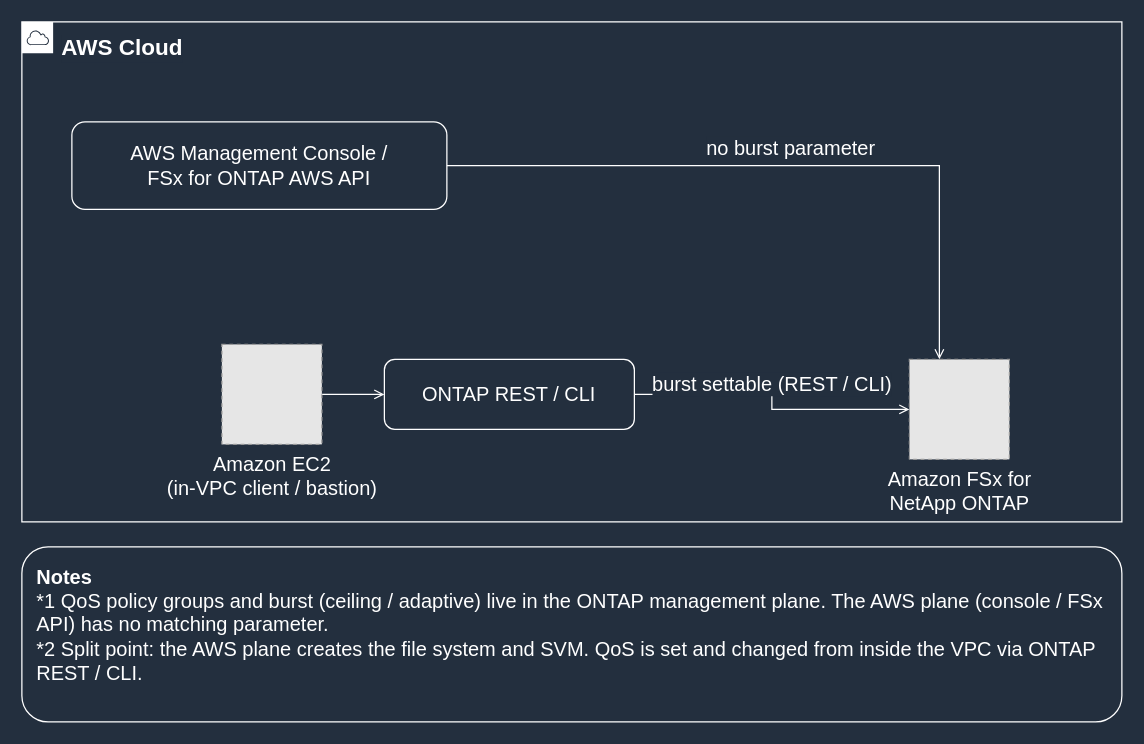
Earlier version of the draw.io diagram docs/_assets/diagrams/qos-burst-two-plane-en-dark.drawio (Yoshiki0705/FSx-for-ONTAP-Adoption-Playbook). Source tidied: cells renumbered, new cells numbered last; positions are measured from the earlier drawing's top-left corner, leaving out a move shared by most shapes. Both pictures are drawn from the tidied source at 125%, with x=0, y=0 at pixel (21, 21). Pictures stored in the file or linked from it are replaced by grey dashed boxes.
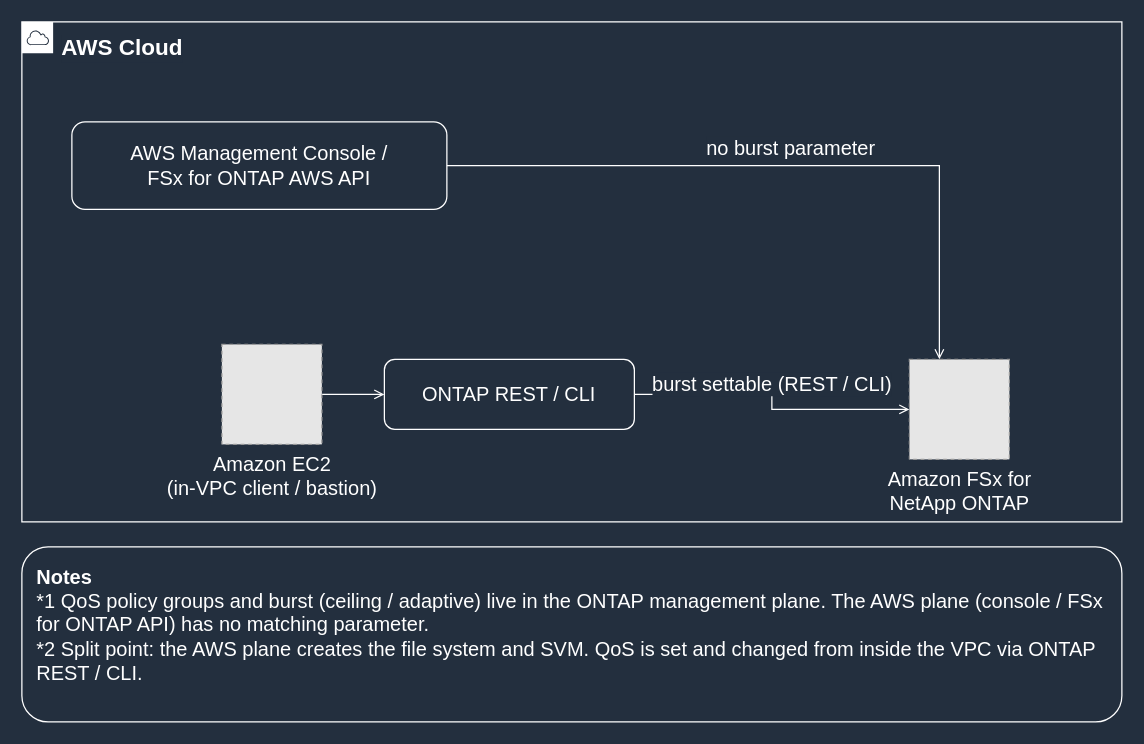
The same diagram, later.

Diff of the diagram source:
```diff
@@
 <mxGraphModel background="#232F3E">
   <root>
     <mxCell id="0" />
     <mxCell id="1" parent="0" />
     <mxCell id="2" value="no burst parameter" style="edgeStyle=orthogonalEdgeStyle;rounded=0;html=1;endArrow=open;endFill=0;strokeColor=#FFFFFF;strokeWidth=1;fontSize=16;fontColor=#FFFFFF;labelBackgroundColor=#232F3E;exitX=1.0;exitY=0.5;exitDx=0;exitDy=0;entryX=0.3;entryY=0.0;entryDx=0;entryDy=0;" parent="1" edge="1" source="6" target="9">
       <mxGeometry relative="1" as="geometry">
         <mxPoint y="-14" as="offset" />
       </mxGeometry>
     </mxCell>
     <mxCell id="3" style="edgeStyle=orthogonalEdgeStyle;rounded=0;html=1;endArrow=open;endFill=0;strokeColor=#FFFFFF;strokeWidth=1;fontSize=16;fontColor=#FFFFFF;labelBackgroundColor=#232F3E;exitX=1.0;exitY=0.5;exitDx=0;exitDy=0;entryX=0.0;entryY=0.5;entryDx=0;entryDy=0;" parent="1" edge="1" source="10" target="7">
       <mxGeometry relative="1" as="geometry" />
     </mxCell>
     <mxCell id="4" value="burst settable (REST / CLI)" style="edgeStyle=orthogonalEdgeStyle;rounded=0;html=1;endArrow=open;endFill=0;strokeColor=#FFFFFF;strokeWidth=1;fontSize=16;fontColor=#FFFFFF;labelBackgroundColor=#232F3E;exitX=1.0;exitY=0.5;exitDx=0;exitDy=0;entryX=0.0;entryY=0.5;entryDx=0;entryDy=0;" parent="1" edge="1" source="7" target="9">
       <mxGeometry relative="1" as="geometry">
         <mxPoint y="-14" as="offset" />
       </mxGeometry>
     </mxCell>
     <mxCell id="5" value="AWS Cloud" style="gradientColor=none;html=1;whiteSpace=wrap;fontSize=18;fontStyle=1;fontColor=#FFFFFF;shape=mxgraph.aws4.group;grIcon=mxgraph.aws4.group_aws_cloud;strokeColor=#FFFFFF;fillColor=none;verticalAlign=top;align=left;spacingLeft=30;spacingTop=4;dashed=0;labelBackgroundColor=#232F3E;" parent="1" vertex="1">
       <mxGeometry width="880" height="400" as="geometry" />
     </mxCell>
     <mxCell id="6" value="AWS Management Console /&lt;br&gt;FSx for ONTAP AWS API" style="rounded=1;whiteSpace=wrap;html=1;strokeColor=#FFFFFF;fillColor=none;fontColor=#FFFFFF;fontSize=16;verticalAlign=middle;align=center;" parent="1" vertex="1">
       <mxGeometry x="40" y="80" width="300" height="70" as="geometry" />
     </mxCell>
     <mxCell id="7" value="ONTAP REST / CLI" style="rounded=1;whiteSpace=wrap;html=1;strokeColor=#FFFFFF;fillColor=none;fontColor=#FFFFFF;fontSize=16;verticalAlign=middle;align=center;" parent="1" vertex="1">
       <mxGeometry x="290" y="270" width="200" height="56" as="geometry" />
     </mxCell>
-    <mxCell id="8" value="&lt;b&gt;Notes&lt;/b&gt;&lt;br&gt;*1 QoS policy groups and burst (ceiling / adaptive) live in the ONTAP management plane. The AWS plane (console / FSx API) has no matching parameter.&lt;br&gt;*2 Split point: the AWS plane creates the file system and SVM. QoS is set and changed from inside the VPC via ONTAP REST / CLI." style="rounded=1;whiteSpace=wrap;html=1;strokeColor=#FFFFFF;fillColor=none;fontColor=#FFFFFF;fontSize=16;verticalAlign=top;align=left;spacingLeft=10;spacingRight=10;spacingTop=8;" parent="1" vertex="1">
+    <mxCell id="8" value="&lt;b&gt;Notes&lt;/b&gt;&lt;br&gt;*1 QoS policy groups and burst (ceiling / adaptive) live in the ONTAP management plane. The AWS plane (console / FSx for ONTAP API) has no matching parameter.&lt;br&gt;*2 Split point: the AWS plane creates the file system and SVM. QoS is set and changed from inside the VPC via ONTAP REST / CLI." style="rounded=1;whiteSpace=wrap;html=1;strokeColor=#FFFFFF;fillColor=none;fontColor=#FFFFFF;fontSize=16;verticalAlign=top;align=left;spacingLeft=10;spacingRight=10;spacingTop=8;" parent="1" vertex="1">
       <mxGeometry y="420" width="880" height="140" as="geometry" />
     </mxCell>
     <mxCell id="9" value="Amazon FSx for&lt;br&gt;NetApp ONTAP" style="fillColor=#E6E6E6;strokeColor=#999999;dashed=1;html=1;verticalLabelPosition=bottom;verticalAlign=top;labelPosition=center;align=center;fontSize=16;fontColor=#FFFFFF;" parent="1" vertex="1">
       <mxGeometry x="710" y="270" width="80" height="80" as="geometry" />
     </mxCell>
     <mxCell id="10" value="Amazon EC2&lt;br&gt;(in-VPC client / bastion)" style="fillColor=#E6E6E6;strokeColor=#999999;dashed=1;html=1;verticalLabelPosition=bottom;verticalAlign=top;labelPosition=center;align=center;fontSize=16;fontColor=#FFFFFF;" parent="1" vertex="1">
       <mxGeometry x="160" y="258" width="80" height="80" as="geometry" />
     </mxCell>
   </root>
 </mxGraphModel>
```
